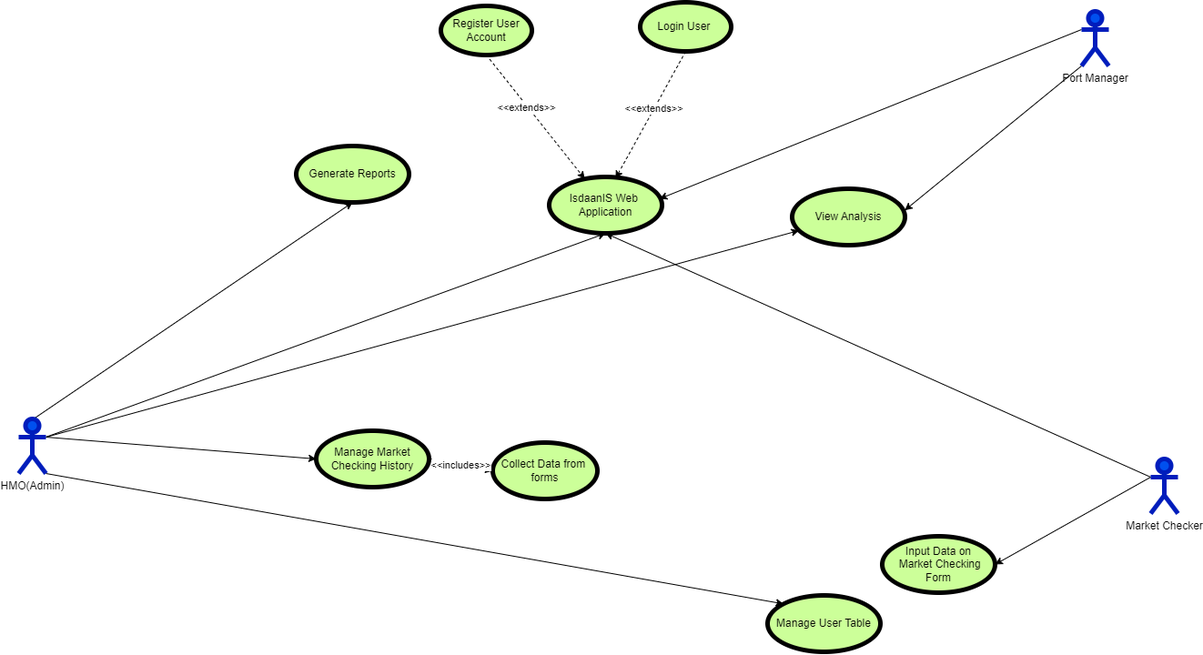
The draw.io diagram FisheryManagement/UCDIsdaanIS.drawio.png in bekbek28/ISDAANIS, before a commit. Source tidied: cells renumbered, new cells last; positions are measured from the earlier drawing's top-left corner, leaving out a move shared by most shapes.
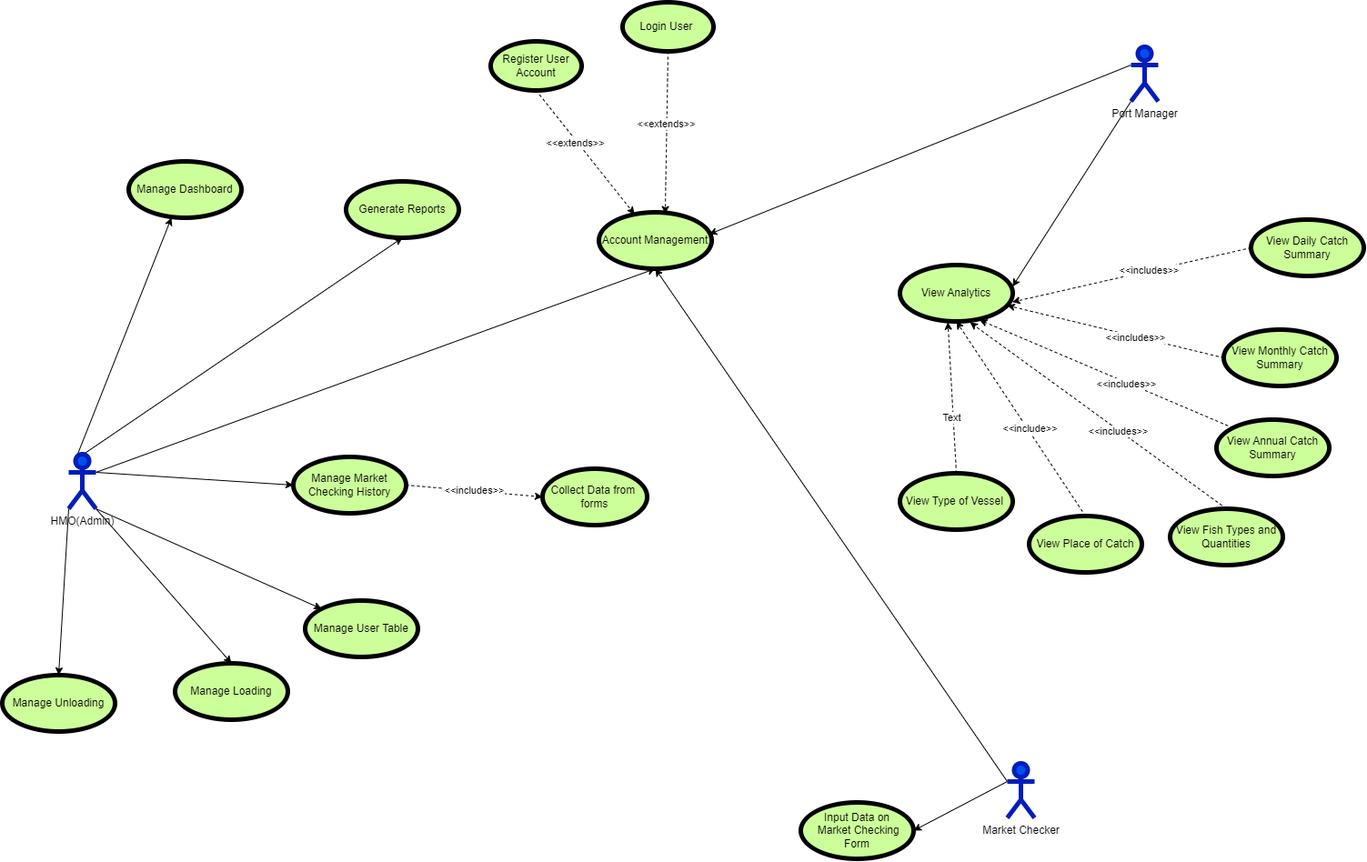
Later version of the same file.

Commit message:
nag add ng loading table

Diff of the diagram source:
```diff
@@ -9,7 +9,7 @@
       <mxGeometry relative="1" as="geometry" />
     </mxCell>
     <mxCell id="4" value="&lt;font color=&quot;#000000&quot;&gt;Market Checker&lt;/font&gt;" style="shape=umlActor;verticalLabelPosition=bottom;verticalAlign=top;html=1;outlineConnect=0;strokeWidth=5;fillColor=#0050ef;fontColor=#ffffff;strokeColor=#001DBC;" parent="1" vertex="1">
-      <mxGeometry x="1244" y="502" width="30" height="60" as="geometry" />
+      <mxGeometry x="1032" y="798" width="30" height="60" as="geometry" />
     </mxCell>
     <mxCell id="5" style="edgeStyle=none;html=1;exitX=1;exitY=0.3333333333333333;exitDx=0;exitDy=0;exitPerimeter=0;entryX=0.5;entryY=1;entryDx=0;entryDy=0;fontColor=#000000;strokeColor=#000000;" parent="1" edge="1" source="10" target="14">
       <mxGeometry relative="1" as="geometry" />
@@ -17,15 +17,21 @@
     <mxCell id="6" style="edgeStyle=none;html=1;exitX=1;exitY=1;exitDx=0;exitDy=0;exitPerimeter=0;entryX=0;entryY=0;entryDx=0;entryDy=0;strokeColor=#000000;fontColor=#000000;" parent="1" edge="1" source="10" target="22">
       <mxGeometry relative="1" as="geometry" />
     </mxCell>
-    <mxCell id="7" style="edgeStyle=none;html=1;exitX=1;exitY=0.3333333333333333;exitDx=0;exitDy=0;exitPerimeter=0;strokeColor=#000000;" parent="1" edge="1" source="10" target="23">
-      <mxGeometry relative="1" as="geometry" />
-    </mxCell>
     <mxCell id="8" style="edgeStyle=none;html=1;exitX=0.25;exitY=0.1;exitDx=0;exitDy=0;exitPerimeter=0;entryX=0.5;entryY=1;entryDx=0;entryDy=0;strokeColor=#000000;" parent="1" edge="1" source="10" target="24">
       <mxGeometry relative="1" as="geometry" />
     </mxCell>
     <mxCell id="9" style="edgeStyle=none;html=1;exitX=1;exitY=0.3333333333333333;exitDx=0;exitDy=0;exitPerimeter=0;entryX=0;entryY=0.5;entryDx=0;entryDy=0;strokeColor=#000000;fontSize=9;fontColor=#000000;" parent="1" edge="1" source="10" target="27">
       <mxGeometry relative="1" as="geometry" />
     </mxCell>
+    <mxCell id="28" style="edgeStyle=none;html=1;exitX=0.25;exitY=0.1;exitDx=0;exitDy=0;exitPerimeter=0;entryX=0.379;entryY=1;entryDx=0;entryDy=0;entryPerimeter=0;" parent="1" edge="1" source="10" target="31">
+      <mxGeometry relative="1" as="geometry" />
+    </mxCell>
+    <mxCell id="29" style="edgeStyle=none;html=1;exitX=1;exitY=1;exitDx=0;exitDy=0;exitPerimeter=0;entryX=0.5;entryY=0;entryDx=0;entryDy=0;" parent="1" edge="1" source="10" target="32">
+      <mxGeometry relative="1" as="geometry" />
+    </mxCell>
+    <mxCell id="30" style="edgeStyle=none;html=1;exitX=0;exitY=1;exitDx=0;exitDy=0;exitPerimeter=0;entryX=0.5;entryY=0;entryDx=0;entryDy=0;" parent="1" edge="1" source="10" target="33">
+      <mxGeometry relative="1" as="geometry" />
+    </mxCell>
     <mxCell id="10" value="&lt;font color=&quot;#000000&quot;&gt;HMO(Admin)&lt;/font&gt;" style="shape=umlActor;verticalLabelPosition=bottom;verticalAlign=top;html=1;outlineConnect=0;strokeWidth=5;fillColor=#0050ef;fontColor=#ffffff;strokeColor=#001DBC;" parent="1" vertex="1">
       <mxGeometry y="458" width="30" height="60" as="geometry" />
     </mxCell>
@@ -38,7 +44,7 @@
     <mxCell id="13" value="Port Manager" style="shape=umlActor;verticalLabelPosition=bottom;verticalAlign=top;html=1;outlineConnect=0;strokeWidth=5;fillColor=#0050ef;fontColor=#000000;strokeColor=#001DBC;" parent="1" vertex="1">
       <mxGeometry x="1168" y="10" width="30" height="60" as="geometry" />
     </mxCell>
-    <mxCell id="14" value="IsdaanIS Web&amp;nbsp;&lt;br&gt;Application" style="ellipse;whiteSpace=wrap;html=1;labelBackgroundColor=none;strokeWidth=5;fontColor=#000000;fillColor=#CCFF99;labelBorderColor=none;" parent="1" vertex="1">
+    <mxCell id="14" value="Account Management" style="ellipse;whiteSpace=wrap;html=1;labelBackgroundColor=none;strokeWidth=5;fontColor=#000000;fillColor=#CCFF99;labelBorderColor=none;" parent="1" vertex="1">
       <mxGeometry x="583" y="192" width="124" height="62" as="geometry" />
     </mxCell>
     <mxCell id="15" style="edgeStyle=none;html=1;exitX=0.5;exitY=1;exitDx=0;exitDy=0;entryX=0.588;entryY=0.027;entryDx=0;entryDy=0;entryPerimeter=0;dashed=1;" parent="1" edge="1" source="17" target="14">
@@ -48,7 +54,7 @@
       <mxGeometry x="-0.1" y="-1" relative="1" as="geometry" />
     </mxCell>
     <mxCell id="17" value="Login User&amp;nbsp;" style="ellipse;whiteSpace=wrap;html=1;labelBackgroundColor=none;labelBorderColor=none;strokeWidth=5;fontColor=#000000;fillColor=#CCFF99;" parent="1" vertex="1">
-      <mxGeometry x="683" width="100" height="54" as="geometry" />
+      <mxGeometry x="609" y="-39" width="100" height="54" as="geometry" />
     </mxCell>
     <mxCell id="18" style="edgeStyle=none;html=1;exitX=0.5;exitY=1;exitDx=0;exitDy=0;dashed=1;" parent="1" edge="1" source="20" target="14">
       <mxGeometry relative="1" as="geometry" />
@@ -60,25 +66,90 @@
       <mxGeometry x="464" y="4" width="100" height="54" as="geometry" />
     </mxCell>
     <mxCell id="21" value="Input Data on&lt;br&gt;&amp;nbsp;Market Checking&lt;br&gt;Form" style="ellipse;whiteSpace=wrap;html=1;labelBackgroundColor=none;strokeWidth=5;fontColor=#000000;fillColor=#CCFF99;labelBorderColor=none;" parent="1" vertex="1">
-      <mxGeometry x="949" y="587" width="124" height="62" as="geometry" />
+      <mxGeometry x="805" y="841" width="124" height="62" as="geometry" />
     </mxCell>
     <mxCell id="22" value="Manage User Table" style="ellipse;whiteSpace=wrap;html=1;labelBackgroundColor=none;strokeWidth=5;fontColor=#000000;fillColor=#CCFF99;labelBorderColor=none;" parent="1" vertex="1">
-      <mxGeometry x="823" y="652" width="124" height="62" as="geometry" />
+      <mxGeometry x="260" y="619" width="124" height="62" as="geometry" />
     </mxCell>
-    <mxCell id="23" value="View Analysis" style="ellipse;whiteSpace=wrap;html=1;labelBackgroundColor=none;strokeWidth=5;fontColor=#000000;fillColor=#CCFF99;labelBorderColor=none;" parent="1" vertex="1">
-      <mxGeometry x="850" y="205" width="124" height="62" as="geometry" />
+    <mxCell id="23" value="View Analytics" style="ellipse;whiteSpace=wrap;html=1;labelBackgroundColor=none;strokeWidth=5;fontColor=#000000;fillColor=#CCFF99;labelBorderColor=none;" parent="1" vertex="1">
+      <mxGeometry x="914" y="250" width="124" height="62" as="geometry" />
     </mxCell>
     <mxCell id="24" value="Generate Reports" style="ellipse;whiteSpace=wrap;html=1;labelBackgroundColor=none;strokeWidth=5;fontColor=#000000;fillColor=#CCFF99;labelBorderColor=none;" parent="1" vertex="1">
       <mxGeometry x="305" y="158" width="124" height="62" as="geometry" />
     </mxCell>
     <mxCell id="25" value="Collect Data from&amp;nbsp;&lt;br&gt;forms" style="ellipse;whiteSpace=wrap;html=1;labelBackgroundColor=none;strokeWidth=5;fontColor=#000000;fillColor=#CCFF99;labelBorderColor=none;" parent="1" vertex="1">
-      <mxGeometry x="521" y="484" width="115" height="62" as="geometry" />
+      <mxGeometry x="521" y="474" width="115" height="62" as="geometry" />
     </mxCell>
     <mxCell id="26" value="&amp;lt;&amp;lt;includes&amp;gt;&amp;gt;" style="edgeStyle=none;html=1;exitX=1;exitY=0.5;exitDx=0;exitDy=0;entryX=0;entryY=0.5;entryDx=0;entryDy=0;dashed=1;" parent="1" edge="1" source="27" target="25">
       <mxGeometry relative="1" as="geometry" />
     </mxCell>
     <mxCell id="27" value="Manage Market Checking History" style="ellipse;whiteSpace=wrap;html=1;labelBackgroundColor=none;strokeWidth=5;fontColor=#000000;fillColor=#CCFF99;labelBorderColor=none;" parent="1" vertex="1">
-      <mxGeometry x="327" y="471" width="124" height="62" as="geometry" />
+      <mxGeometry x="247" y="461" width="124" height="62" as="geometry" />
     </mxCell>
+    <mxCell id="31" value="Manage Dashboard" style="ellipse;whiteSpace=wrap;html=1;labelBackgroundColor=none;strokeWidth=5;fontColor=#000000;fillColor=#CCFF99;labelBorderColor=none;" parent="1" vertex="1">
+      <mxGeometry x="66" y="136" width="124" height="62" as="geometry" />
+    </mxCell>
+    <mxCell id="32" value="Manage Loading" style="ellipse;whiteSpace=wrap;html=1;labelBackgroundColor=none;strokeWidth=5;fontColor=#000000;fillColor=#CCFF99;labelBorderColor=none;" parent="1" vertex="1">
+      <mxGeometry x="117" y="688" width="124" height="62" as="geometry" />
+    </mxCell>
+    <mxCell id="33" value="Manage Unloading" style="ellipse;whiteSpace=wrap;html=1;labelBackgroundColor=none;strokeWidth=5;fontColor=#000000;fillColor=#CCFF99;labelBorderColor=none;" parent="1" vertex="1">
+      <mxGeometry x="-73" y="701" width="124" height="62" as="geometry" />
+    </mxCell>
+    <mxCell id="34" style="edgeStyle=none;html=1;exitX=0;exitY=0.5;exitDx=0;exitDy=0;entryX=0.996;entryY=0.656;entryDx=0;entryDy=0;entryPerimeter=0;dashed=1;" parent="1" edge="1" source="36" target="23">
+      <mxGeometry relative="1" as="geometry" />
+    </mxCell>
+    <mxCell id="35" value="&amp;lt;&amp;lt;includes&amp;gt;&amp;gt;" style="edgeLabel;html=1;align=center;verticalAlign=middle;" parent="34" vertex="1">
+      <mxGeometry x="-0.14" y="-1" relative="1" as="geometry" />
+    </mxCell>
+    <mxCell id="36" value="View Daily Catch Summary" style="ellipse;whiteSpace=wrap;html=1;labelBackgroundColor=none;strokeWidth=5;fontColor=#000000;fillColor=#CCFF99;labelBorderColor=none;" parent="1" vertex="1">
+      <mxGeometry x="1300" y="200" width="124" height="62" as="geometry" />
+    </mxCell>
+    <mxCell id="37" style="edgeStyle=none;html=1;exitX=0;exitY=0.5;exitDx=0;exitDy=0;dashed=1;" parent="1" edge="1" source="39" target="23">
+      <mxGeometry relative="1" as="geometry" />
+    </mxCell>
+    <mxCell id="38" value="&amp;lt;&amp;lt;includes&amp;gt;&amp;gt;" style="edgeLabel;html=1;align=center;verticalAlign=middle;" parent="37" vertex="1">
+      <mxGeometry x="-0.18" y="1" relative="1" as="geometry" />
+    </mxCell>
+    <mxCell id="39" value="View Monthly Catch Summary" style="ellipse;whiteSpace=wrap;html=1;labelBackgroundColor=none;strokeWidth=5;fontColor=#000000;fillColor=#CCFF99;labelBorderColor=none;" parent="1" vertex="1">
+      <mxGeometry x="1270" y="321" width="124" height="62" as="geometry" />
+    </mxCell>
+    <mxCell id="40" style="edgeStyle=none;html=1;exitX=0;exitY=0;exitDx=0;exitDy=0;entryX=0.705;entryY=0.973;entryDx=0;entryDy=0;entryPerimeter=0;dashed=1;" parent="1" edge="1" source="42" target="23">
+      <mxGeometry relative="1" as="geometry" />
+    </mxCell>
+    <mxCell id="41" value="&amp;lt;&amp;lt;includes&amp;gt;&amp;gt;" style="edgeLabel;html=1;align=center;verticalAlign=middle;" parent="40" vertex="1">
+      <mxGeometry x="-0.17" y="1" relative="1" as="geometry">
+        <mxPoint x="-1" as="offset" />
+      </mxGeometry>
+    </mxCell>
+    <mxCell id="42" value="View Annual Catch Summary" style="ellipse;whiteSpace=wrap;html=1;labelBackgroundColor=none;strokeWidth=5;fontColor=#000000;fillColor=#CCFF99;labelBorderColor=none;" parent="1" vertex="1">
+      <mxGeometry x="1262" y="420" width="124" height="62" as="geometry" />
+    </mxCell>
+    <mxCell id="43" style="edgeStyle=none;html=1;exitX=0.5;exitY=0;exitDx=0;exitDy=0;entryX=0.621;entryY=1.016;entryDx=0;entryDy=0;entryPerimeter=0;dashed=1;" parent="1" edge="1" source="45" target="23">
+      <mxGeometry relative="1" as="geometry" />
+    </mxCell>
+    <mxCell id="44" value="&amp;lt;&amp;lt;includes&amp;gt;&amp;gt;" style="edgeLabel;html=1;align=center;verticalAlign=middle;" parent="43" vertex="1">
+      <mxGeometry x="-0.15" y="1" relative="1" as="geometry" />
+    </mxCell>
+    <mxCell id="45" value="View Fish Types and Quantities" style="ellipse;whiteSpace=wrap;html=1;labelBackgroundColor=none;strokeWidth=5;fontColor=#000000;fillColor=#CCFF99;labelBorderColor=none;" parent="1" vertex="1">
+      <mxGeometry x="1211" y="518" width="124" height="62" as="geometry" />
+    </mxCell>
+    <mxCell id="46" style="edgeStyle=none;html=1;exitX=0.5;exitY=0;exitDx=0;exitDy=0;entryX=0.5;entryY=1;entryDx=0;entryDy=0;dashed=1;" parent="1" edge="1" source="48" target="23">
+      <mxGeometry relative="1" as="geometry" />
+    </mxCell>
+    <mxCell id="47" value="&amp;lt;&amp;lt;include&amp;gt;&amp;gt;" style="edgeLabel;html=1;align=center;verticalAlign=middle;" parent="46" vertex="1">
+      <mxGeometry x="-0.11" y="-2" relative="1" as="geometry" />
+    </mxCell>
+    <mxCell id="48" value="View Place of Catch" style="ellipse;whiteSpace=wrap;html=1;labelBackgroundColor=none;strokeWidth=5;fontColor=#000000;fillColor=#CCFF99;labelBorderColor=none;" parent="1" vertex="1">
+      <mxGeometry x="1056" y="526" width="124" height="62" as="geometry" />
+    </mxCell>
+    <mxCell id="49" style="edgeStyle=none;html=1;exitX=0.5;exitY=0;exitDx=0;exitDy=0;entryX=0.425;entryY=1.012;entryDx=0;entryDy=0;entryPerimeter=0;dashed=1;" parent="1" edge="1" source="51" target="23">
+      <mxGeometry relative="1" as="geometry" />
+    </mxCell>
+    <mxCell id="50" value="Text" style="edgeLabel;html=1;align=center;verticalAlign=middle;" parent="49" vertex="1">
+      <mxGeometry x="-0.26" y="2" relative="1" as="geometry" />
+    </mxCell>
+    <mxCell id="51" value="View Type of Vessel&amp;nbsp;" style="ellipse;whiteSpace=wrap;html=1;labelBackgroundColor=none;strokeWidth=5;fontColor=#000000;fillColor=#CCFF99;labelBorderColor=none;" parent="1" vertex="1">
+      <mxGeometry x="914" y="479" width="124" height="62" as="geometry" />
+    </mxCell>
   </root>
 </mxGraphModel>
```
